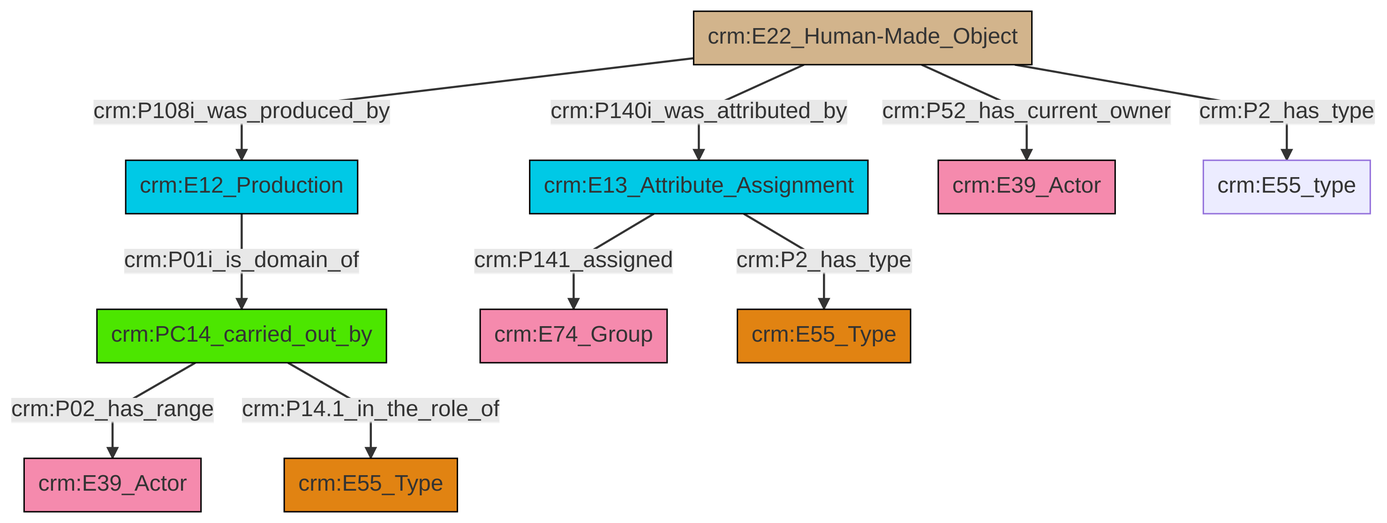
Earlier version of the Mermaid export et/builtWorkCSV/ttl/mmd/png/Built_Work_actor_relations.png (swiss-art-research-net/reference-data-models). Its source is kept beside it as et/builtWorkCSV/ttl/mmd/Built_Work_actor_relations.ttl.mmd.
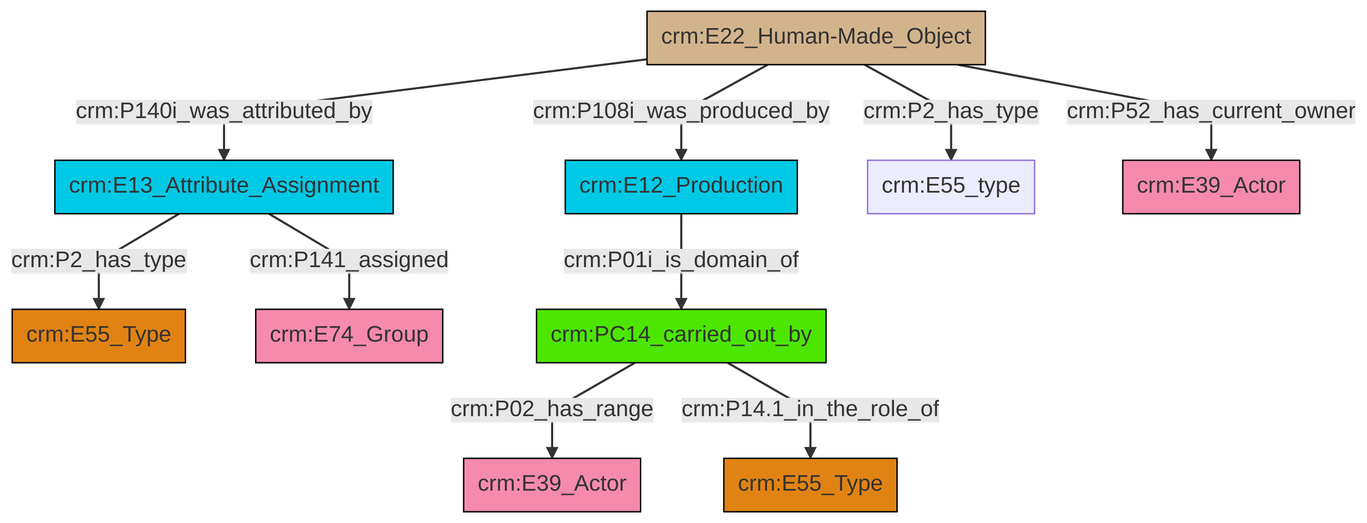
Later version of the same file.

Diff of the diagram source:
```diff
@@ -13,12 +13,12 @@
 classDef PC_Classes fill:#4ce600, stroke:#000000;
 classDef Multi fill:#cccccc,stroke:#000000;
 
-0["crm:E12_Production"]:::Temporal_Entity -->|crm:P01i_is_domain_of| 1["crm:PC14_carried_out_by"]:::PC_Classes
-2["crm:E13_Attribute_Assignment"]:::Temporal_Entity -->|crm:P141_assigned| 3["crm:E74_Group"]:::Actor
-10["crm:E22_Human-Made_Object"]:::Physical_Thing -->|crm:P140i_was_attributed_by| 2["crm:E13_Attribute_Assignment"]:::Temporal_Entity
-2["crm:E13_Attribute_Assignment"]:::Temporal_Entity -->|crm:P2_has_type| 7["crm:E55_Type"]:::Type
-1["crm:PC14_carried_out_by"]:::PC_Classes -->|crm:P02_has_range| 12["crm:E39_Actor"]:::Actor
-10["crm:E22_Human-Made_Object"]:::Physical_Thing -->|crm:P2_has_type| 17["crm:E55_type"]:::Default
-10["crm:E22_Human-Made_Object"]:::Physical_Thing -->|crm:P52_has_current_owner| 5["crm:E39_Actor"]:::Actor
-1["crm:PC14_carried_out_by"]:::PC_Classes -->|crm:P14.1_in_the_role_of| 18["crm:E55_Type"]:::Type
-10["crm:E22_Human-Made_Object"]:::Physical_Thing -->|crm:P108i_was_produced_by| 0["crm:E12_Production"]:::Temporal_Entity
+2["crm:E13_Attribute_Assignment"]:::Temporal_Entity -->|crm:P2_has_type| 3["crm:E55_Type"]:::Type
+4["crm:E22_Human-Made_Object"]:::Physical_Thing -->|crm:P2_has_type| 11["crm:E55_type"]:::Default
+4["crm:E22_Human-Made_Object"]:::Physical_Thing -->|crm:P108i_was_produced_by| 0["crm:E12_Production"]:::Temporal_Entity
+4["crm:E22_Human-Made_Object"]:::Physical_Thing -->|crm:P52_has_current_owner| 14["crm:E39_Actor"]:::Actor
+15["crm:PC14_carried_out_by"]:::PC_Classes -->|crm:P02_has_range| 7["crm:E39_Actor"]:::Actor
+2["crm:E13_Attribute_Assignment"]:::Temporal_Entity -->|crm:P141_assigned| 12["crm:E74_Group"]:::Actor
+0["crm:E12_Production"]:::Temporal_Entity -->|crm:P01i_is_domain_of| 15["crm:PC14_carried_out_by"]:::PC_Classes
+15["crm:PC14_carried_out_by"]:::PC_Classes -->|crm:P14.1_in_the_role_of| 9["crm:E55_Type"]:::Type
+4["crm:E22_Human-Made_Object"]:::Physical_Thing -->|crm:P140i_was_attributed_by| 2["crm:E13_Attribute_Assignment"]:::Temporal_Entity
```
